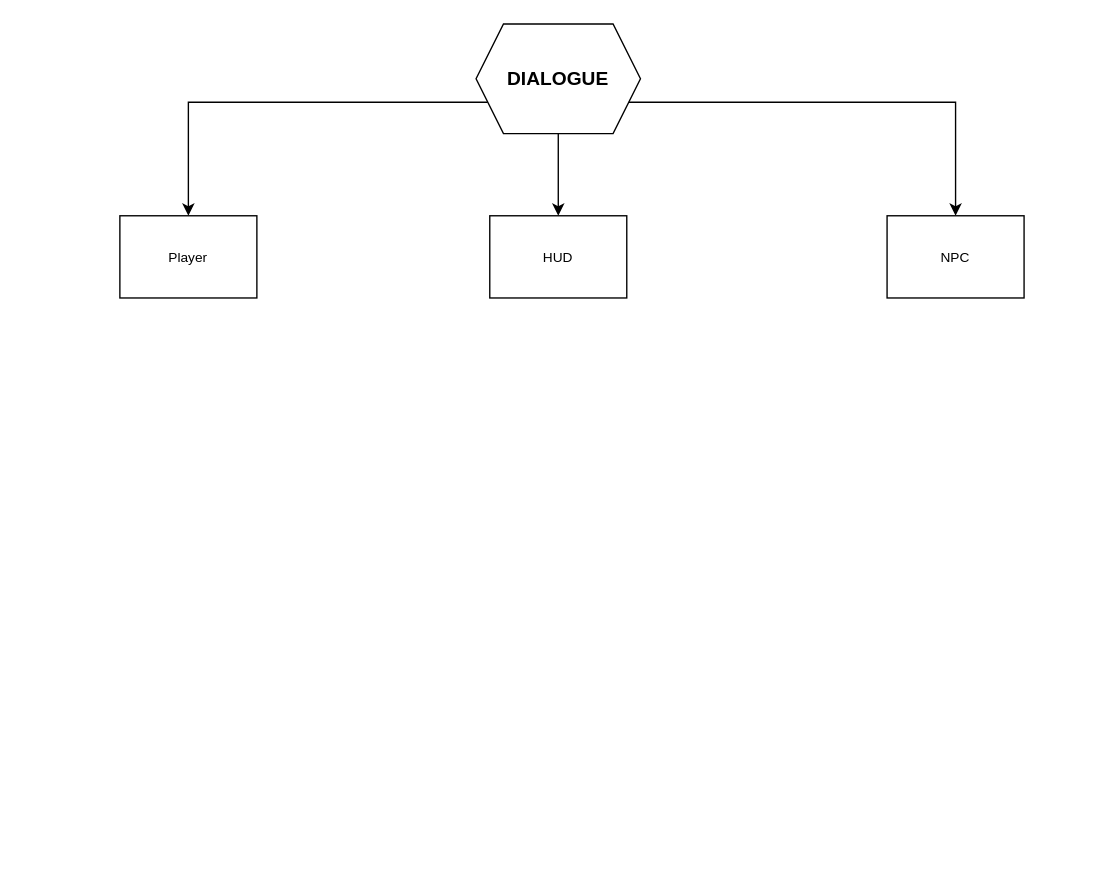
Above: Notes/Charts/Dialogue.drawio in ChrisGlenn/Taelus (draw.io), before the change. Source tidied: cells renumbered, new cells numbered last; positions are measured from the earlier drawing's top-left corner, leaving out a move shared by most shapes. Both pictures are drawn from the tidied source at 137%, with x=0, y=0 at pixel (119, 23).
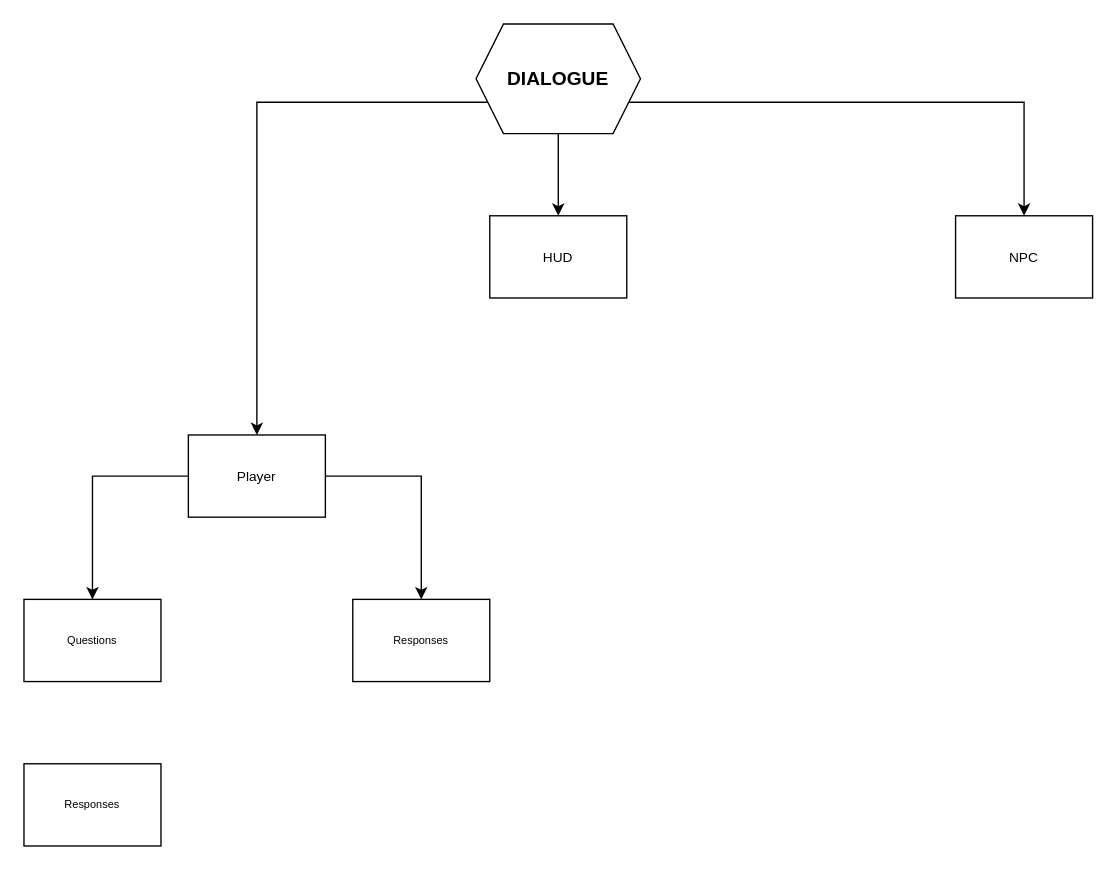
After the change.

Diff of the diagram source:
```diff
@@
 <mxGraphModel>
   <root>
     <mxCell id="0" />
     <mxCell id="1" parent="0" />
     <mxCell id="2" style="edgeStyle=orthogonalEdgeStyle;rounded=0;jettySize=auto;html=1;exitX=0;exitY=0.75;exitDx=0;exitDy=0;" parent="1" edge="1" source="5" target="6">
       <mxGeometry relative="1" as="geometry" />
     </mxCell>
     <mxCell id="3" style="edgeStyle=orthogonalEdgeStyle;rounded=0;jettySize=auto;html=1;exitX=1;exitY=0.75;exitDx=0;exitDy=0;entryX=0.5;entryY=0;entryDx=0;entryDy=0;" parent="1" edge="1" source="5" target="7">
       <mxGeometry relative="1" as="geometry" />
     </mxCell>
     <mxCell id="4" style="edgeStyle=orthogonalEdgeStyle;rounded=0;jettySize=auto;html=1;exitX=0.5;exitY=1;exitDx=0;exitDy=0;entryX=0.5;entryY=0;entryDx=0;entryDy=0;" parent="1" edge="1" source="5" target="8">
       <mxGeometry relative="1" as="geometry" />
     </mxCell>
     <mxCell id="5" value="DIALOGUE" style="shape=hexagon;perimeter=hexagonPerimeter2;whiteSpace=wrap;html=1;fixedSize=1;fontSize=14;fontStyle=1;" parent="1" vertex="1">
       <mxGeometry x="260" width="120" height="80" as="geometry" />
     </mxCell>
+    <mxCell id="9" style="edgeStyle=orthogonalEdgeStyle;rounded=0;jettySize=auto;html=1;exitX=0;exitY=0.5;exitDx=0;exitDy=0;entryX=0.5;entryY=0;entryDx=0;entryDy=0;" parent="1" edge="1" source="6" target="11">
+      <mxGeometry relative="1" as="geometry" />
+    </mxCell>
+    <mxCell id="10" style="edgeStyle=orthogonalEdgeStyle;rounded=0;jettySize=auto;html=1;exitX=1;exitY=0.5;exitDx=0;exitDy=0;entryX=0.5;entryY=0;entryDx=0;entryDy=0;" parent="1" edge="1" source="6" target="12">
+      <mxGeometry relative="1" as="geometry" />
+    </mxCell>
     <mxCell id="6" value="Player" style="rounded=0;whiteSpace=wrap;html=1;fontSize=10;" parent="1" vertex="1">
-      <mxGeometry y="140" width="100" height="60" as="geometry" />
+      <mxGeometry x="50" y="300" width="100" height="60" as="geometry" />
     </mxCell>
     <mxCell id="7" value="NPC" style="rounded=0;whiteSpace=wrap;html=1;fontSize=10;" parent="1" vertex="1">
-      <mxGeometry x="560" y="140" width="100" height="60" as="geometry" />
+      <mxGeometry x="610" y="140" width="100" height="60" as="geometry" />
     </mxCell>
     <mxCell id="8" value="HUD" style="rounded=0;whiteSpace=wrap;html=1;fontSize=10;" parent="1" vertex="1">
       <mxGeometry x="270" y="140" width="100" height="60" as="geometry" />
     </mxCell>
+    <mxCell id="11" value="Questions" style="rounded=0;whiteSpace=wrap;html=1;fontSize=8;" parent="1" vertex="1">
+      <mxGeometry x="-70" y="420" width="100" height="60" as="geometry" />
+    </mxCell>
+    <mxCell id="12" value="Responses" style="rounded=0;whiteSpace=wrap;html=1;fontSize=8;" parent="1" vertex="1">
+      <mxGeometry x="170" y="420" width="100" height="60" as="geometry" />
+    </mxCell>
+    <mxCell id="13" value="Responses" style="rounded=0;whiteSpace=wrap;html=1;fontSize=8;" parent="1" vertex="1">
+      <mxGeometry x="-70" y="540" width="100" height="60" as="geometry" />
+    </mxCell>
   </root>
 </mxGraphModel>
```
